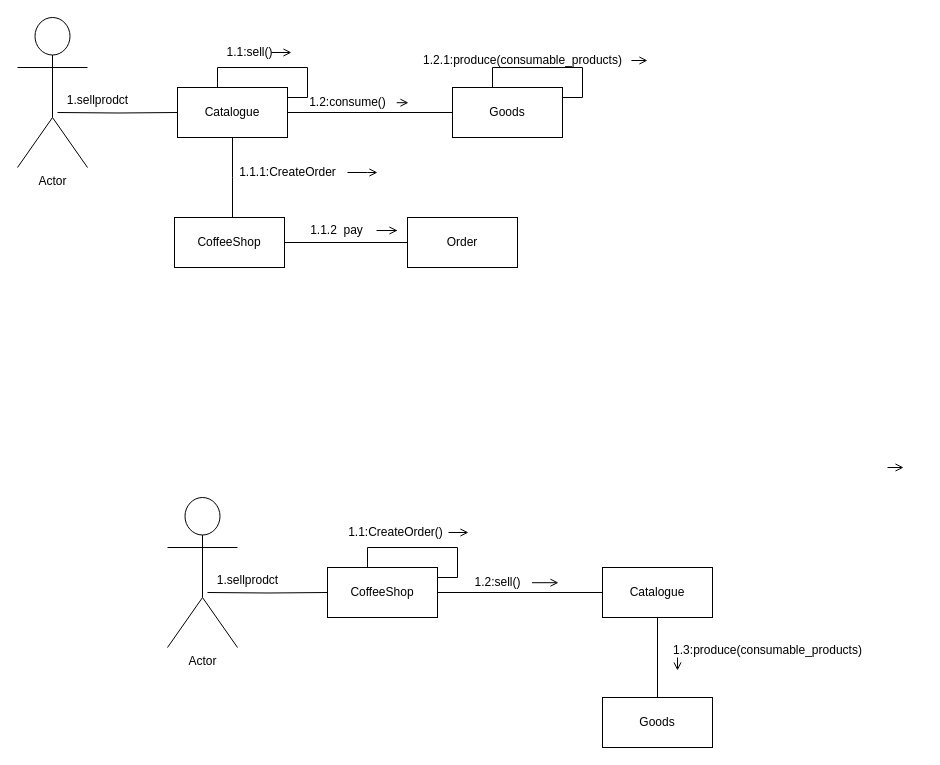
The draw.io diagram page "комуникацции" (2 of 2) of Диаграмма последовательности.drawio in R3plicant/ooap_lab1, before the edit. Source tidied: cells renumbered, new cells numbered last; positions are measured from the earlier drawing's top-left corner, leaving out a move shared by most shapes. Both pictures are drawn from the tidied source at 100%, with x=0, y=0 at pixel (17, 17).
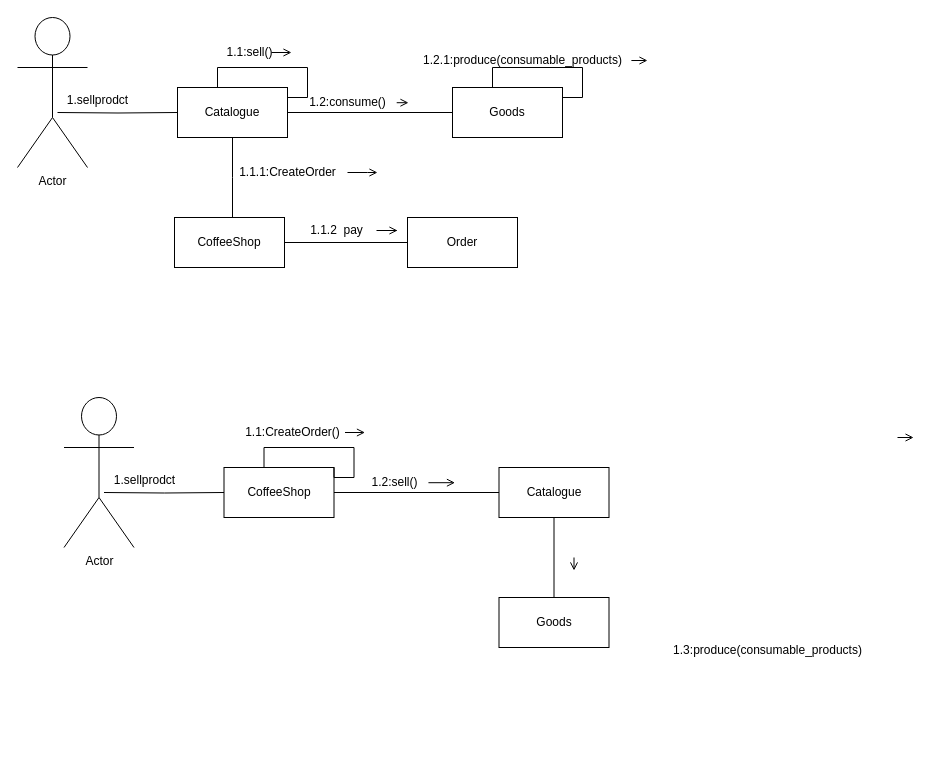
After the change.

Change to the diagram source:
```diff
@@
     <mxCell id="24" value="Actor" style="shape=umlActor;verticalLabelPosition=bottom;verticalAlign=top;html=1;" parent="1" vertex="1">
-      <mxGeometry x="150" y="480" width="70" height="150" as="geometry" />
+      <mxGeometry x="46.5" y="380" width="70" height="150" as="geometry" />
     </mxCell>
     <mxCell id="25" style="edgeStyle=orthogonalEdgeStyle;rounded=0;jettySize=auto;html=1;endArrow=none;endFill=0;" parent="1" edge="1" target="27">
       <mxGeometry relative="1" as="geometry">
-        <mxPoint x="190" y="575" as="sourcePoint" />
+        <mxPoint x="86.5" y="475" as="sourcePoint" />
       </mxGeometry>
     </mxCell>
@@
     <mxCell id="27" value="CoffeeShop" style="html=1;whiteSpace=wrap;" parent="1" vertex="1">
-      <mxGeometry x="310" y="550" width="110" height="50" as="geometry" />
+      <mxGeometry x="206.5" y="450" width="110" height="50" as="geometry" />
     </mxCell>
     <mxCell id="28" style="edgeStyle=orthogonalEdgeStyle;rounded=0;orthogonalLoop=1;jettySize=auto;html=1;exitX=0;exitY=0;exitDx=0;exitDy=0;entryX=1;entryY=0;entryDx=0;entryDy=0;endArrow=none;endFill=0;" parent="1" edge="1" source="27" target="27">
       <mxGeometry relative="1" as="geometry">
         <Array as="points">
-          <mxPoint x="350" y="550" />
-          <mxPoint x="350" y="530" />
-          <mxPoint x="440" y="530" />
-          <mxPoint x="440" y="560" />
-          <mxPoint x="420" y="560" />
+          <mxPoint x="246.5" y="450" />
+          <mxPoint x="246.5" y="430" />
+          <mxPoint x="336.5" y="430" />
+          <mxPoint x="336.5" y="460" />
+          <mxPoint x="316.5" y="460" />
         </Array>
       </mxGeometry>
     </mxCell>
     <mxCell id="29" style="edgeStyle=orthogonalEdgeStyle;rounded=0;orthogonalLoop=1;jettySize=auto;html=1;endArrow=open;endFill=0;" parent="1" edge="1">
       <mxGeometry relative="1" as="geometry">
-        <mxPoint x="431" y="515" as="sourcePoint" />
-        <mxPoint x="451" y="515" as="targetPoint" />
+        <mxPoint x="327.5" y="415" as="sourcePoint" />
+        <mxPoint x="347.5" y="415" as="targetPoint" />
       </mxGeometry>
     </mxCell>
     <mxCell id="30" value="1.1:CreateOrder()" style="text;html=1;align=center;verticalAlign=middle;strokeColor=none;fillColor=none;" parent="1" vertex="1">
-      <mxGeometry x="318" y="500" width="120" height="30" as="geometry" />
+      <mxGeometry x="214.5" y="400" width="120" height="30" as="geometry" />
     </mxCell>
     <mxCell id="31" value="Catalogue" style="html=1;whiteSpace=wrap;" parent="1" vertex="1">
-      <mxGeometry x="585" y="550" width="110" height="50" as="geometry" />
+      <mxGeometry x="481.5" y="450" width="110" height="50" as="geometry" />
     </mxCell>
     <mxCell id="32" style="edgeStyle=orthogonalEdgeStyle;rounded=0;jettySize=auto;html=1;endArrow=open;endFill=0;exitX=0.992;exitY=0.507;exitDx=0;exitDy=0;exitPerimeter=0;" parent="1" edge="1" source="33">
       <mxGeometry relative="1" as="geometry">
-        <mxPoint x="541" y="565" as="targetPoint" />
+        <mxPoint x="437.5" y="465" as="targetPoint" />
       </mxGeometry>
     </mxCell>
     <mxCell id="33" value="1.2:sell()" style="text;html=1;align=center;verticalAlign=middle;points=[];strokeColor=none;fillColor=none;" parent="1" vertex="1">
-      <mxGeometry x="445" y="550" width="70" height="30" as="geometry" />
+      <mxGeometry x="341.5" y="450" width="70" height="30" as="geometry" />
     </mxCell>
     <mxCell id="34" style="edgeStyle=orthogonalEdgeStyle;rounded=0;orthogonalLoop=1;jettySize=auto;html=1;endArrow=open;endFill=0;exitX=0.995;exitY=0.501;exitDx=0;exitDy=0;exitPerimeter=0;" parent="1" edge="1">
       <mxGeometry relative="1" as="geometry">
-        <mxPoint x="870" y="450" as="sourcePoint" />
-        <mxPoint x="886.1" y="450" as="targetPoint" />
+        <mxPoint x="880" y="420" as="sourcePoint" />
+        <mxPoint x="896.1" y="420" as="targetPoint" />
       </mxGeometry>
     </mxCell>
     <mxCell id="35" value="1.sellprodct" style="text;html=1;align=center;verticalAlign=middle;strokeColor=none;fillColor=none;" parent="1" vertex="1">
-      <mxGeometry x="190" y="548" width="80" height="30" as="geometry" />
+      <mxGeometry x="86.5" y="448" width="80" height="30" as="geometry" />
     </mxCell>
-    <mxCell id="36" style="edgeStyle=orthogonalEdgeStyle;rounded=0;jettySize=auto;html=1;endArrow=none;endFill=0;exitX=0.5;exitY=1;exitDx=0;exitDy=0;" parent="1" edge="1" source="31" target="37">
+    <mxCell id="36" style="edgeStyle=orthogonalEdgeStyle;rounded=0;jettySize=auto;html=1;endArrow=none;endFill=0;" parent="1" edge="1" source="31" target="37">
       <mxGeometry relative="1" as="geometry" />
     </mxCell>
     <mxCell id="37" value="Goods" style="html=1;whiteSpace=wrap;" parent="1" vertex="1">
-      <mxGeometry x="585" y="680" width="110" height="50" as="geometry" />
+      <mxGeometry x="481.5" y="580" width="110" height="50" as="geometry" />
     </mxCell>
     <mxCell id="38" style="edgeStyle=orthogonalEdgeStyle;rounded=0;orthogonalLoop=1;jettySize=auto;html=1;endArrow=open;endFill=0;" parent="1" edge="1">
       <mxGeometry relative="1" as="geometry">
-        <mxPoint x="660" y="640" as="sourcePoint" />
-        <mxPoint x="660" y="653" as="targetPoint" />
+        <mxPoint x="556.5" y="540" as="sourcePoint" />
+        <mxPoint x="556.5" y="553" as="targetPoint" />
       </mxGeometry>
     </mxCell>
```
